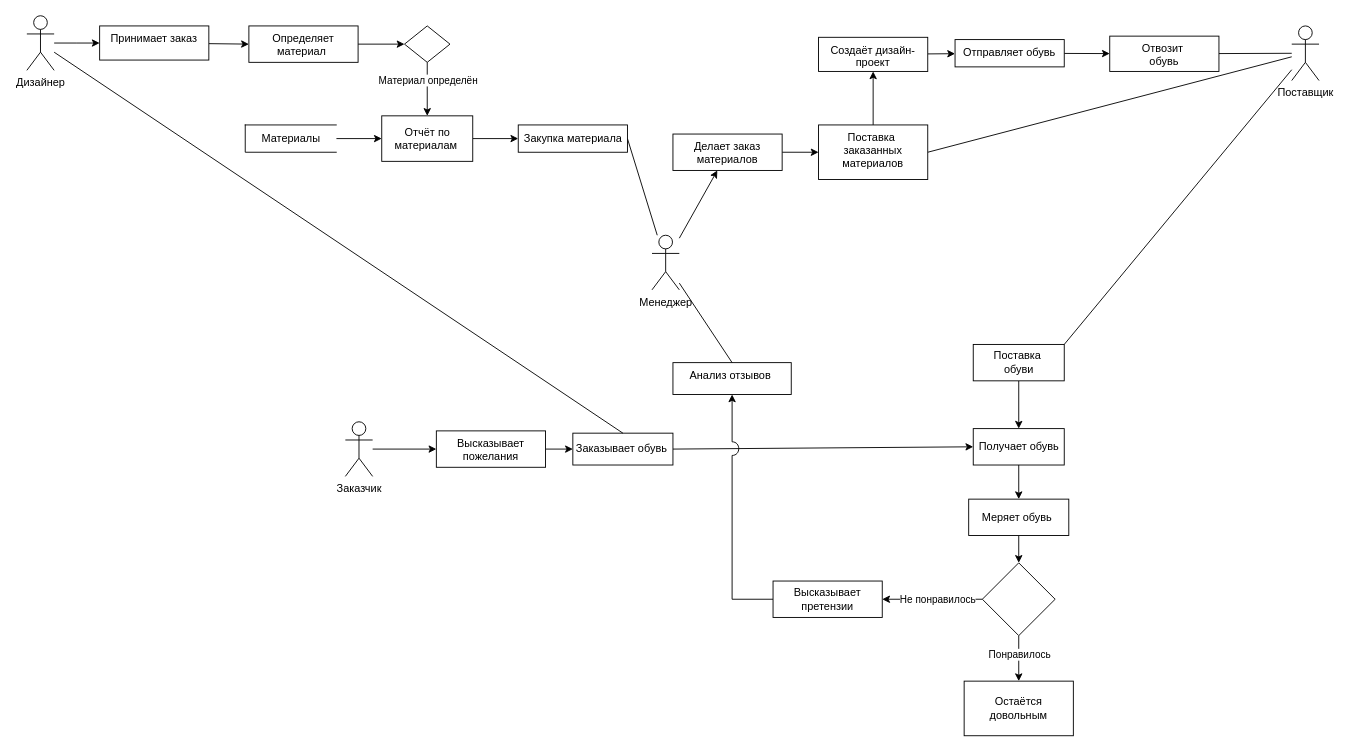
Before: DFD.drawio in MorozovStanislav/Repozitory, a draw.io diagram. Source tidied: cells renumbered, new cells numbered last; positions are measured from the earlier drawing's top-left corner, leaving out a move shared by most shapes. Both pictures are drawn from the tidied source at 91%, with x=0, y=0 at pixel (26, 15).
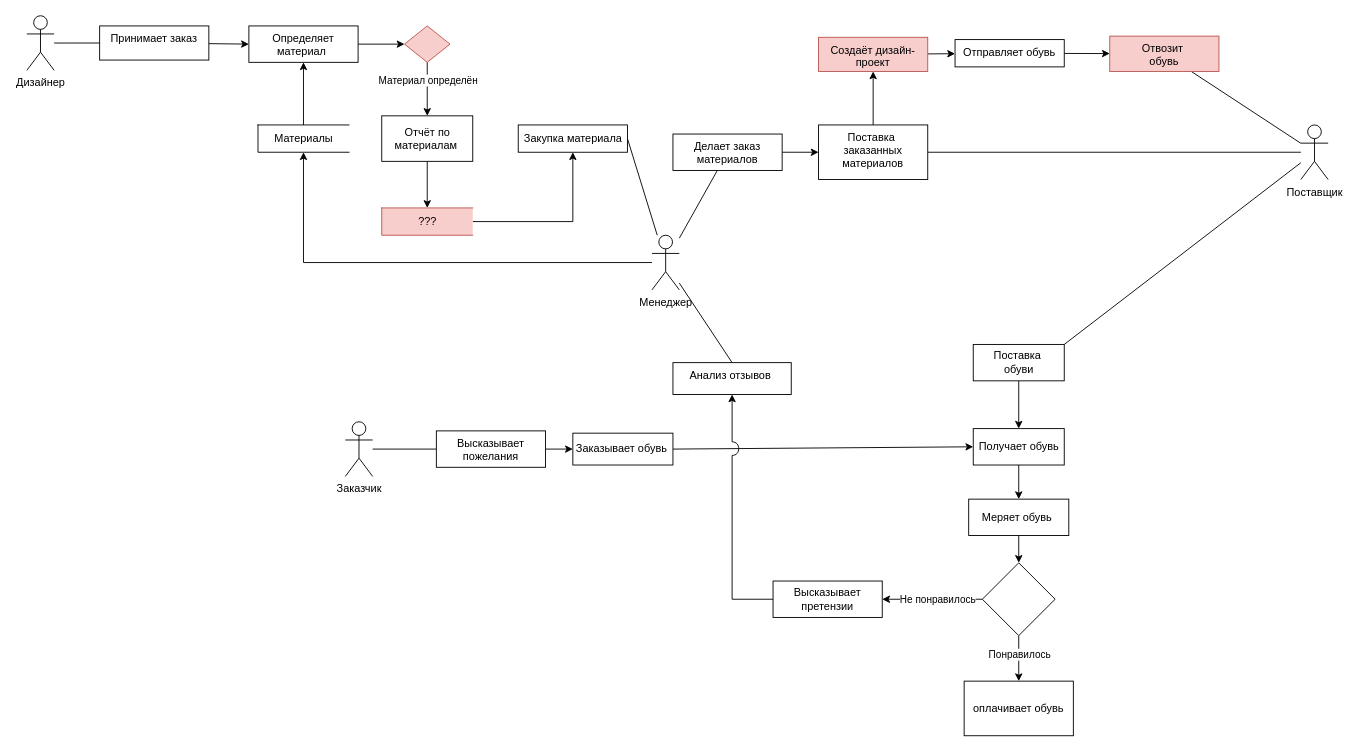
Above is the later version.

Unchanged cells that the change refers to:
```xml
<mxCell id="3" value="Менеджер" style="shape=umlActor;verticalLabelPosition=bottom;verticalAlign=top;html=1;outlineConnect=0;" parent="1" vertex="1">
  <mxGeometry x="687" y="241" width="30" height="60" as="geometry" />
</mxCell>
<mxCell id="5" value="Заказчик" style="shape=umlActor;verticalLabelPosition=bottom;verticalAlign=top;html=1;outlineConnect=0;" parent="1" vertex="1">
  <mxGeometry x="350" y="446" width="30" height="60" as="geometry" />
</mxCell>
<mxCell id="8" value="Дизайнер" style="shape=umlActor;verticalLabelPosition=bottom;verticalAlign=top;html=1;outlineConnect=0;" parent="1" vertex="1">
  <mxGeometry y="-0.2" width="30" height="60" as="geometry" />
</mxCell>
<mxCell id="10" value="Заказывает обувь&amp;nbsp;" style="html=1;dashed=0;whitespace=wrap;" parent="1" vertex="1">
  <mxGeometry x="600" y="458.5" width="110" height="35" as="geometry" />
</mxCell>
<mxCell id="14" value="Принимает заказ" style="whiteSpace=wrap;html=1;verticalAlign=top;" parent="1" vertex="1">
  <mxGeometry x="80" y="11" width="120" height="37.5" as="geometry" />
</mxCell>
<mxCell id="16" value="Определяет материал&amp;nbsp;" style="whiteSpace=wrap;html=1;verticalAlign=top;" parent="1" vertex="1">
  <mxGeometry x="244" y="11" width="120" height="40" as="geometry" />
</mxCell>
<mxCell id="23" value="Отчёт по &lt;br&gt;материалам&amp;nbsp;" style="html=1;dashed=0;whitespace=wrap;" parent="1" vertex="1">
  <mxGeometry x="390" y="109.8" width="100" height="50" as="geometry" />
</mxCell>
<mxCell id="26" value="Закупка материала" style="html=1;dashed=0;whitespace=wrap;" parent="1" vertex="1">
  <mxGeometry x="540" y="119.8" width="120" height="30" as="geometry" />
</mxCell>
<mxCell id="30" value="Делает заказ материалов" style="whiteSpace=wrap;html=1;verticalAlign=top;" parent="1" vertex="1">
  <mxGeometry x="710" y="129.8" width="120" height="40" as="geometry" />
</mxCell>
<mxCell id="47" value="Высказывает пожелания" style="whiteSpace=wrap;html=1;verticalAlign=top;" parent="1" vertex="1">
  <mxGeometry x="450" y="456" width="120" height="40" as="geometry" />
</mxCell>
```

Change to the diagram source:
```diff
@@
-    <mxCell id="2" style="edgeStyle=none;rounded=0;jettySize=auto;html=1;endArrow=classic;endFill=1;strokeColor=default;" parent="1" edge="1" source="3" target="30">
+    <mxCell id="2" style="edgeStyle=none;rounded=0;jettySize=auto;html=1;endArrow=none;endFill=0;strokeColor=default;" parent="1" edge="1" source="3" target="30">
       <mxGeometry relative="1" as="geometry" />
     </mxCell>
+    <mxCell id="57" style="edgeStyle=none;rounded=0;jettySize=auto;html=1;endArrow=classic;endFill=1;" parent="1" edge="1" source="3" target="28">
+      <mxGeometry relative="1" as="geometry">
+        <Array as="points">
+          <mxPoint x="304" y="271" />
+        </Array>
+      </mxGeometry>
+    </mxCell>
@@
-    <mxCell id="4" style="edgeStyle=none;rounded=0;jettySize=auto;html=1;endArrow=classic;endFill=1;strokeColor=#000000;" parent="1" edge="1" source="5" target="47">
+    <mxCell id="4" style="edgeStyle=none;rounded=0;jettySize=auto;html=1;endArrow=none;endFill=0;strokeColor=#000000;" parent="1" edge="1" source="5" target="47">
       <mxGeometry relative="1" as="geometry" />
     </mxCell>
@@
     <mxCell id="6" value="Поставщик" style="shape=umlActor;verticalLabelPosition=bottom;verticalAlign=top;html=1;outlineConnect=0;" parent="1" vertex="1">
-      <mxGeometry x="1390" y="11" width="30" height="60" as="geometry" />
+      <mxGeometry x="1400" y="119.8" width="30" height="60" as="geometry" />
     </mxCell>
-    <mxCell id="7" style="edgeStyle=orthogonalEdgeStyle;rounded=0;jettySize=auto;html=1;labelBorderColor=none;" parent="1" edge="1" source="8" target="14">
+    <mxCell id="7" style="rounded=0;jettySize=auto;html=1;labelBorderColor=none;endArrow=none;endFill=0;" parent="1" edge="1" source="8" target="14">
       <mxGeometry relative="1" as="geometry" />
     </mxCell>
@@
-    <mxCell id="19" style="rhombus;whiteSpace=wrap;html=1;verticalAlign=top;" parent="1" vertex="1">
+    <mxCell id="19" style="rhombus;whiteSpace=wrap;html=1;verticalAlign=top;fillColor=#f8cecc;strokeColor=#b85450;" parent="1" vertex="1">
       <mxGeometry x="415" y="11" width="50" height="40" as="geometry" />
     </mxCell>
@@
-    <mxCell id="21" value="Создаёт дизайн-проект" style="whiteSpace=wrap;html=1;verticalAlign=top;" parent="1" vertex="1">
+    <mxCell id="21" value="Создаёт дизайн-проект" style="whiteSpace=wrap;html=1;verticalAlign=top;fillColor=#f8cecc;strokeColor=#b85450;" parent="1" vertex="1">
       <mxGeometry x="870" y="23.5" width="120" height="37.5" as="geometry" />
     </mxCell>
-    <mxCell id="22" style="edgeStyle=none;rounded=0;jettySize=auto;html=1;entryX=0;entryY=0.5;entryDx=0;entryDy=0;endArrow=classic;endFill=1;strokeColor=default;exitX=1;exitY=0.5;exitDx=0;exitDy=0;" parent="1" edge="1" source="23" target="26">
-      <mxGeometry relative="1" as="geometry" />
-    </mxCell>
+    <mxCell id="58" style="edgeStyle=none;rounded=0;jettySize=auto;html=1;endArrow=classic;endFill=1;" parent="1" edge="1" source="23">
+      <mxGeometry relative="1" as="geometry">
+        <mxPoint x="440" y="211" as="targetPoint" />
+      </mxGeometry>
+    </mxCell>
@@
-    <mxCell id="24" style="edgeStyle=none;rounded=0;jettySize=auto;html=1;entryX=0;entryY=0.5;entryDx=0;entryDy=0;startArrow=none;" parent="1" edge="1" source="28" target="23">
-      <mxGeometry relative="1" as="geometry" />
-    </mxCell>
@@
+    <mxCell id="59" style="edgeStyle=none;rounded=0;jettySize=auto;html=1;endArrow=classic;endFill=1;" parent="1" edge="1" source="28" target="16">
+      <mxGeometry relative="1" as="geometry" />
+    </mxCell>
     <mxCell id="28" value="Материалы" style="html=1;dashed=0;whitespace=wrap;shape=partialRectangle;right=0;" parent="1" vertex="1">
-      <mxGeometry x="240" y="119.8" width="100" height="30" as="geometry" />
+      <mxGeometry x="254" y="119.8" width="100" height="30" as="geometry" />
     </mxCell>
@@
-    <mxCell id="34" value="Отвозит&amp;nbsp;&lt;br&gt;обувь" style="whiteSpace=wrap;html=1;verticalAlign=top;" parent="1" vertex="1">
+    <mxCell id="34" value="Отвозит&amp;nbsp;&lt;br&gt;обувь" style="whiteSpace=wrap;html=1;verticalAlign=top;fillColor=#f8cecc;strokeColor=#b85450;" parent="1" vertex="1">
       <mxGeometry x="1190" y="22.2" width="120" height="38.8" as="geometry" />
     </mxCell>
@@
-    <mxCell id="45" style="edgeStyle=none;rounded=0;jettySize=auto;html=1;endArrow=none;endFill=0;strokeColor=#000000;exitX=0.5;exitY=0;exitDx=0;exitDy=0;" parent="1" edge="1" source="10" target="8">
-      <mxGeometry relative="1" as="geometry" />
-    </mxCell>
@@
-    <mxCell id="54" value="Остаётся&lt;br&gt;довольным" style="whiteSpace=wrap;html=1;dashed=0;" parent="1" vertex="1">
+    <mxCell id="54" value="оплачивает обувь" style="whiteSpace=wrap;html=1;dashed=0;" parent="1" vertex="1">
       <mxGeometry x="1030" y="731" width="120" height="60" as="geometry" />
     </mxCell>
@@
+    <mxCell id="60" style="edgeStyle=none;rounded=0;jettySize=auto;html=1;endArrow=classic;endFill=1;" parent="1" edge="1" source="61" target="26">
+      <mxGeometry relative="1" as="geometry">
+        <Array as="points">
+          <mxPoint x="600" y="226" />
+        </Array>
+      </mxGeometry>
+    </mxCell>
+    <mxCell id="61" value="???" style="html=1;dashed=0;whitespace=wrap;shape=partialRectangle;right=0;fillColor=#f8cecc;strokeColor=#b85450;" parent="1" vertex="1">
+      <mxGeometry x="390" y="211" width="100" height="30" as="geometry" />
+    </mxCell>
```
